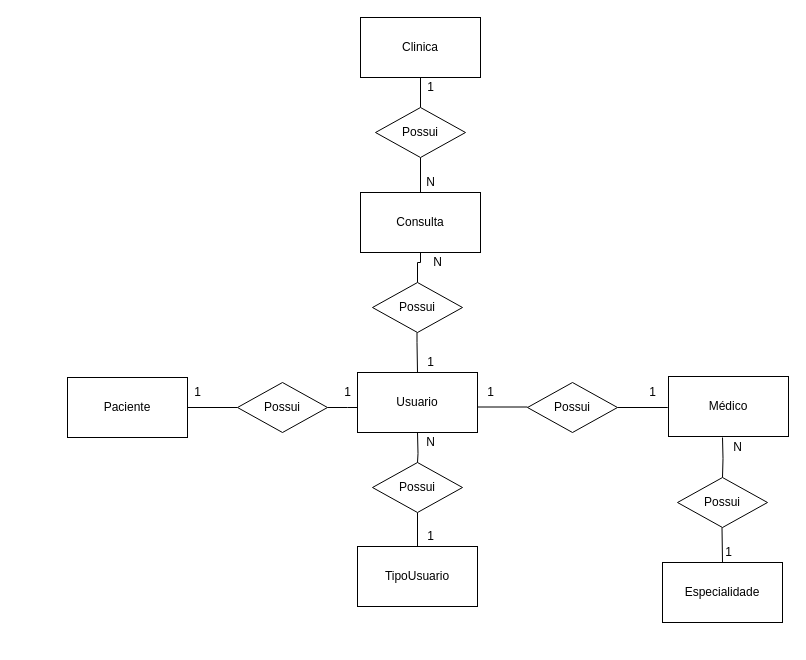
Before: page "conceitual" (1 of 2) of Project_spmedgruop/Modelagem_spmedgroup.drawio in Henrique-Santana/BancoDados-MER-SQL, a draw.io diagram. Source tidied: cells renumbered, new cells numbered last; positions are measured from the earlier drawing's top-left corner, leaving out a move shared by most shapes. Both pictures are drawn from the tidied source at 100%, with x=0, y=0 at pixel (67, 17).
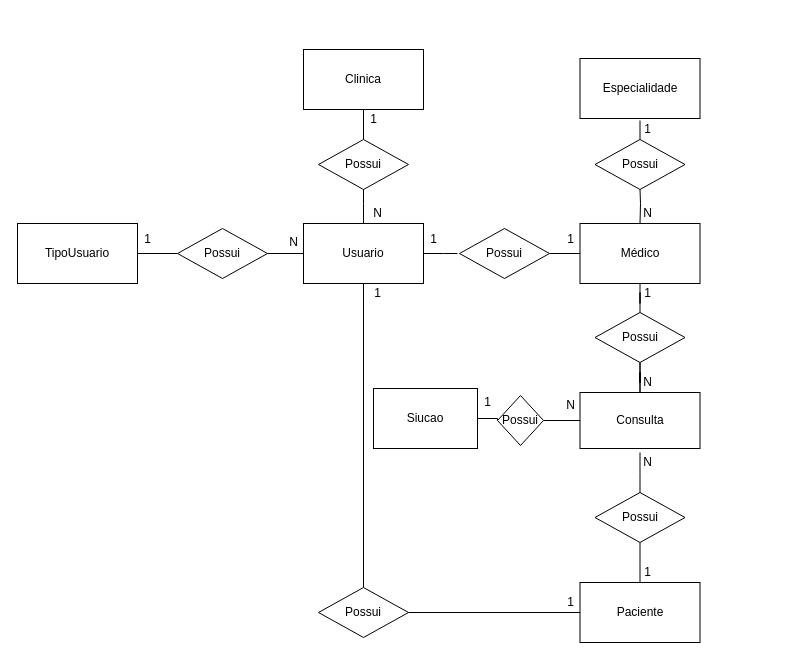
After the change.

The edit, as a diff of the source:
```diff
@@
     <mxCell id="3" value="Clinica" style="rounded=0;whiteSpace=wrap;html=1;" parent="1" vertex="1">
-      <mxGeometry x="293" width="120" height="60" as="geometry" />
+      <mxGeometry x="236" y="32" width="120" height="60" as="geometry" />
     </mxCell>
     <mxCell id="4" value="TipoUsuario" style="rounded=0;whiteSpace=wrap;html=1;" parent="1" vertex="1">
-      <mxGeometry x="290" y="529" width="120" height="60" as="geometry" />
+      <mxGeometry x="-50" y="206" width="120" height="60" as="geometry" />
     </mxCell>
+    <mxCell id="39" style="edgeStyle=orthogonalEdgeStyle;rounded=0;jettySize=auto;html=1;endArrow=none;endFill=0;" parent="1" edge="1" source="5">
+      <mxGeometry relative="1" as="geometry">
+        <mxPoint x="296" y="166" as="targetPoint" />
+      </mxGeometry>
+    </mxCell>
+    <mxCell id="40" style="edgeStyle=orthogonalEdgeStyle;rounded=0;jettySize=auto;html=1;endArrow=none;endFill=0;" parent="1" edge="1" source="5" target="49">
+      <mxGeometry relative="1" as="geometry" />
+    </mxCell>
+    <mxCell id="41" style="edgeStyle=orthogonalEdgeStyle;rounded=0;jettySize=auto;html=1;endArrow=none;endFill=0;" parent="1" edge="1" source="5">
+      <mxGeometry relative="1" as="geometry">
+        <mxPoint x="390" y="236" as="targetPoint" />
+      </mxGeometry>
+    </mxCell>
     <mxCell id="5" value="Usuario" style="rounded=0;whiteSpace=wrap;html=1;" parent="1" vertex="1">
-      <mxGeometry x="290" y="355" width="120" height="60" as="geometry" />
+      <mxGeometry x="236" y="206" width="120" height="60" as="geometry" />
     </mxCell>
-    <mxCell id="6" style="edgeStyle=orthogonalEdgeStyle;rounded=0;jettySize=auto;html=1;entryX=0;entryY=0.5;entryDx=0;entryDy=0;endArrow=none;endFill=0;" parent="1" edge="1" source="7" target="21">
-      <mxGeometry relative="1" as="geometry" />
-    </mxCell>
     <mxCell id="7" value="Paciente" style="rounded=0;whiteSpace=wrap;html=1;" parent="1" vertex="1">
-      <mxGeometry y="360" width="120" height="60" as="geometry" />
+      <mxGeometry x="512.5" y="565" width="120" height="60" as="geometry" />
     </mxCell>
-    <mxCell id="8" value="Médico" style="rounded=0;whiteSpace=wrap;html=1;" parent="1" vertex="1">
-      <mxGeometry x="601" y="359" width="120" height="60" as="geometry" />
-    </mxCell>
+    <mxCell id="42" style="edgeStyle=orthogonalEdgeStyle;rounded=0;jettySize=auto;html=1;endArrow=none;endFill=0;" parent="1" edge="1" target="25">
+      <mxGeometry relative="1" as="geometry">
+        <mxPoint x="572.5" y="206" as="sourcePoint" />
+      </mxGeometry>
+    </mxCell>
+    <mxCell id="43" style="edgeStyle=orthogonalEdgeStyle;rounded=0;jettySize=auto;html=1;endArrow=none;endFill=0;" parent="1" edge="1" source="9" target="19">
+      <mxGeometry relative="1" as="geometry" />
+    </mxCell>
-    <mxCell id="9" value="Especialidade" style="rounded=0;whiteSpace=wrap;html=1;" parent="1" vertex="1">
-      <mxGeometry x="595" y="545" width="120" height="60" as="geometry" />
+    <mxCell id="9" value="Consulta" style="rounded=0;whiteSpace=wrap;html=1;" parent="1" vertex="1">
+      <mxGeometry x="512.5" y="375" width="120" height="56" as="geometry" />
     </mxCell>
-    <mxCell id="10" style="edgeStyle=orthogonalEdgeStyle;rounded=0;jettySize=auto;html=1;entryX=0.5;entryY=1;entryDx=0;entryDy=0;endArrow=none;endFill=0;" parent="1" edge="1" source="11" target="23">
-      <mxGeometry relative="1" as="geometry" />
-    </mxCell>
-    <mxCell id="11" value="Consulta" style="rounded=0;whiteSpace=wrap;html=1;" parent="1" vertex="1">
-      <mxGeometry x="293" y="175" width="120" height="60" as="geometry" />
+    <mxCell id="11" value="Especialidade" style="rounded=0;whiteSpace=wrap;html=1;" parent="1" vertex="1">
+      <mxGeometry x="512.5" y="41" width="120" height="60" as="geometry" />
     </mxCell>
-    <mxCell id="12" style="edgeStyle=orthogonalEdgeStyle;rounded=0;jettySize=auto;html=1;entryX=1;entryY=0.5;entryDx=0;entryDy=0;endArrow=none;endFill=0;" parent="1" edge="1" target="13">
-      <mxGeometry relative="1" as="geometry">
-        <mxPoint x="590" y="390" as="sourcePoint" />
-        <Array as="points">
-          <mxPoint x="600" y="390" />
-          <mxPoint x="600" y="390" />
-        </Array>
-      </mxGeometry>
-    </mxCell>
+    <mxCell id="44" style="edgeStyle=orthogonalEdgeStyle;rounded=0;jettySize=auto;html=1;entryX=0;entryY=0.5;entryDx=0;entryDy=0;endArrow=none;endFill=0;" parent="1" edge="1" source="13" target="8">
+      <mxGeometry relative="1" as="geometry" />
+    </mxCell>
     <mxCell id="13" value="Possui" style="rhombus;whiteSpace=wrap;html=1;" parent="1" vertex="1">
-      <mxGeometry x="460" y="365" width="90" height="50" as="geometry" />
+      <mxGeometry x="392" y="211" width="90" height="50" as="geometry" />
     </mxCell>
-    <mxCell id="14" style="edgeStyle=orthogonalEdgeStyle;rounded=0;orthogonalLoop=1;jettySize=auto;html=1;endArrow=none;endFill=0;" parent="1" edge="1">
-      <mxGeometry relative="1" as="geometry">
-        <mxPoint x="410" y="389.5" as="sourcePoint" />
-        <mxPoint x="460" y="389.5" as="targetPoint" />
-      </mxGeometry>
-    </mxCell>
-    <mxCell id="15" style="edgeStyle=orthogonalEdgeStyle;rounded=0;jettySize=auto;html=1;entryX=0.5;entryY=0;entryDx=0;entryDy=0;endArrow=none;endFill=0;" parent="1" edge="1" source="16" target="4">
+    <mxCell id="15" style="edgeStyle=orthogonalEdgeStyle;rounded=0;jettySize=auto;html=1;entryX=1;entryY=0.5;entryDx=0;entryDy=0;endArrow=none;endFill=0;" parent="1" edge="1" source="16" target="4">
       <mxGeometry relative="1" as="geometry" />
     </mxCell>
+    <mxCell id="45" style="edgeStyle=orthogonalEdgeStyle;rounded=0;jettySize=auto;html=1;entryX=0;entryY=0.5;entryDx=0;entryDy=0;endArrow=none;endFill=0;" parent="1" edge="1" source="16" target="5">
+      <mxGeometry relative="1" as="geometry" />
+    </mxCell>
     <mxCell id="16" value="Possui" style="rhombus;whiteSpace=wrap;html=1;" parent="1" vertex="1">
-      <mxGeometry x="305" y="445" width="90" height="50" as="geometry" />
+      <mxGeometry x="110" y="211" width="90" height="50" as="geometry" />
     </mxCell>
-    <mxCell id="17" style="edgeStyle=orthogonalEdgeStyle;rounded=0;jettySize=auto;html=1;endArrow=none;endFill=0;exitX=0.5;exitY=1;exitDx=0;exitDy=0;" parent="1" edge="1" target="16">
-      <mxGeometry relative="1" as="geometry">
-        <mxPoint x="350" y="415" as="sourcePoint" />
-      </mxGeometry>
-    </mxCell>
-    <mxCell id="18" style="edgeStyle=orthogonalEdgeStyle;rounded=0;jettySize=auto;html=1;endArrow=none;endFill=0;" parent="1" edge="1" source="19" target="11">
-      <mxGeometry relative="1" as="geometry" />
-    </mxCell>
+    <mxCell id="46" style="edgeStyle=orthogonalEdgeStyle;rounded=0;jettySize=auto;html=1;entryX=0.5;entryY=1;entryDx=0;entryDy=0;endArrow=none;endFill=0;" parent="1" edge="1" source="19" target="8">
+      <mxGeometry relative="1" as="geometry" />
+    </mxCell>
+    <mxCell id="47" style="edgeStyle=orthogonalEdgeStyle;rounded=0;jettySize=auto;html=1;endArrow=none;endFill=0;" parent="1" edge="1" source="19" target="9">
+      <mxGeometry relative="1" as="geometry" />
+    </mxCell>
     <mxCell id="19" value="Possui" style="rhombus;whiteSpace=wrap;html=1;" parent="1" vertex="1">
-      <mxGeometry x="305" y="265" width="90" height="50" as="geometry" />
+      <mxGeometry x="527.5" y="295" width="90" height="50" as="geometry" />
     </mxCell>
-    <mxCell id="20" style="edgeStyle=orthogonalEdgeStyle;rounded=0;jettySize=auto;html=1;endArrow=none;endFill=0;" parent="1" edge="1" source="21">
-      <mxGeometry relative="1" as="geometry">
-        <mxPoint x="290" y="390" as="targetPoint" />
-      </mxGeometry>
-    </mxCell>
-    <mxCell id="21" value="Possui" style="rhombus;whiteSpace=wrap;html=1;" parent="1" vertex="1">
-      <mxGeometry x="170" y="365" width="90" height="50" as="geometry" />
-    </mxCell>
-    <mxCell id="22" style="edgeStyle=orthogonalEdgeStyle;rounded=0;orthogonalLoop=1;jettySize=auto;html=1;endArrow=none;endFill=0;" parent="1" edge="1">
-      <mxGeometry relative="1" as="geometry">
-        <mxPoint x="349.5" y="315" as="sourcePoint" />
-        <mxPoint x="350" y="355" as="targetPoint" />
-        <Array as="points">
-          <mxPoint x="350" y="325" />
-          <mxPoint x="350" y="325" />
-        </Array>
-      </mxGeometry>
-    </mxCell>
+    <mxCell id="48" style="edgeStyle=orthogonalEdgeStyle;rounded=0;jettySize=auto;html=1;entryX=0;entryY=0.5;entryDx=0;entryDy=0;endArrow=none;endFill=0;" parent="1" edge="1" source="49" target="7">
+      <mxGeometry relative="1" as="geometry" />
+    </mxCell>
+    <mxCell id="49" value="Possui" style="rhombus;whiteSpace=wrap;html=1;" parent="1" vertex="1">
+      <mxGeometry x="251" y="570" width="90" height="50" as="geometry" />
+    </mxCell>
     <mxCell id="23" value="Possui" style="rhombus;whiteSpace=wrap;html=1;" parent="1" vertex="1">
-      <mxGeometry x="308" y="90" width="90" height="50" as="geometry" />
+      <mxGeometry x="251" y="122" width="90" height="50" as="geometry" />
     </mxCell>
     <mxCell id="24" style="edgeStyle=orthogonalEdgeStyle;rounded=0;jettySize=auto;html=1;entryX=0.5;entryY=0;entryDx=0;entryDy=0;endArrow=none;endFill=0;" parent="1" edge="1" target="25">
       <mxGeometry relative="1" as="geometry">
-        <mxPoint x="655" y="420" as="sourcePoint" />
+        <mxPoint x="572.5" y="103" as="sourcePoint" />
       </mxGeometry>
     </mxCell>
     <mxCell id="25" value="Possui" style="rhombus;whiteSpace=wrap;html=1;" parent="1" vertex="1">
-      <mxGeometry x="610" y="460" width="90" height="50" as="geometry" />
+      <mxGeometry x="527.5" y="122" width="90" height="50" as="geometry" />
     </mxCell>
-    <mxCell id="26" style="edgeStyle=orthogonalEdgeStyle;rounded=0;orthogonalLoop=1;jettySize=auto;html=1;endArrow=none;endFill=0;" parent="1" edge="1">
-      <mxGeometry relative="1" as="geometry">
-        <mxPoint x="654.5" y="510" as="sourcePoint" />
-        <mxPoint x="655" y="545" as="targetPoint" />
-      </mxGeometry>
-    </mxCell>
     <mxCell id="27" value="1" style="text;html=1;align=center;verticalAlign=middle;" parent="1" vertex="1">
-      <mxGeometry x="353" y="60" width="20" height="20" as="geometry" />
+      <mxGeometry x="296" y="92" width="20" height="20" as="geometry" />
     </mxCell>
-    <mxCell id="28" value="N" style="text;html=1;align=center;verticalAlign=middle;" parent="1" vertex="1">
-      <mxGeometry x="353" y="155" width="20" height="20" as="geometry" />
-    </mxCell>
-    <mxCell id="29" value="N" style="text;html=1;align=center;verticalAlign=middle;" parent="1" vertex="1">
-      <mxGeometry x="360" y="235" width="20" height="20" as="geometry" />
-    </mxCell>
-    <mxCell id="30" value="1" style="text;html=1;align=center;verticalAlign=middle;" parent="1" vertex="1">
-      <mxGeometry x="353" y="335" width="20" height="20" as="geometry" />
-    </mxCell>
-    <mxCell id="31" value="1" style="text;html=1;align=center;verticalAlign=middle;" parent="1" vertex="1">
-      <mxGeometry x="413" y="365" width="20" height="20" as="geometry" />
-    </mxCell>
-    <mxCell id="32" value="1" style="text;html=1;align=center;verticalAlign=middle;" parent="1" vertex="1">
-      <mxGeometry x="575" y="365" width="20" height="20" as="geometry" />
-    </mxCell>
-    <mxCell id="33" value="1" style="text;html=1;align=center;verticalAlign=middle;" parent="1" vertex="1">
-      <mxGeometry x="270" y="365" width="20" height="20" as="geometry" />
-    </mxCell>
-    <mxCell id="34" value="1" style="text;html=1;align=center;verticalAlign=middle;" parent="1" vertex="1">
-      <mxGeometry x="120" y="365" width="20" height="20" as="geometry" />
-    </mxCell>
-    <mxCell id="35" value="1" style="text;html=1;align=center;verticalAlign=middle;" parent="1" vertex="1">
-      <mxGeometry x="353" y="509" width="20" height="20" as="geometry" />
-    </mxCell>
-    <mxCell id="36" value="N" style="text;html=1;align=center;verticalAlign=middle;" parent="1" vertex="1">
-      <mxGeometry x="353" y="415" width="20" height="20" as="geometry" />
-    </mxCell>
-    <mxCell id="37" value="1" style="text;html=1;align=center;verticalAlign=middle;" parent="1" vertex="1">
-      <mxGeometry x="651" y="525" width="20" height="20" as="geometry" />
-    </mxCell>
-    <mxCell id="38" value="N" style="text;html=1;align=center;verticalAlign=middle;" parent="1" vertex="1">
-      <mxGeometry x="660" y="420" width="20" height="20" as="geometry" />
-    </mxCell>
+    <mxCell id="50" value="1" style="text;html=1;align=center;verticalAlign=middle;" parent="1" vertex="1">
+      <mxGeometry x="356" y="212" width="20" height="20" as="geometry" />
+    </mxCell>
+    <mxCell id="8" value="Médico" style="rounded=0;whiteSpace=wrap;html=1;" parent="1" vertex="1">
+      <mxGeometry x="512.5" y="206" width="120" height="60" as="geometry" />
+    </mxCell>
+    <mxCell id="51" style="edgeStyle=orthogonalEdgeStyle;rounded=0;jettySize=auto;html=1;entryX=0.5;entryY=0;entryDx=0;entryDy=0;endArrow=none;endFill=0;" parent="1" edge="1" source="53" target="7">
+      <mxGeometry relative="1" as="geometry" />
+    </mxCell>
+    <mxCell id="52" style="edgeStyle=orthogonalEdgeStyle;rounded=0;jettySize=auto;html=1;endArrow=none;endFill=0;" parent="1" edge="1" source="53">
+      <mxGeometry relative="1" as="geometry">
+        <mxPoint x="572.5" y="435" as="targetPoint" />
+      </mxGeometry>
+    </mxCell>
+    <mxCell id="53" value="Possui" style="rhombus;whiteSpace=wrap;html=1;" parent="1" vertex="1">
+      <mxGeometry x="527.5" y="475" width="90" height="50" as="geometry" />
+    </mxCell>
+    <mxCell id="54" value="N" style="text;html=1;align=center;verticalAlign=middle;" parent="1" vertex="1">
+      <mxGeometry x="300" y="186" width="20" height="20" as="geometry" />
+    </mxCell>
+    <mxCell id="55" value="1" style="text;html=1;align=center;verticalAlign=middle;" parent="1" vertex="1">
+      <mxGeometry x="492.5" y="212" width="20" height="20" as="geometry" />
+    </mxCell>
+    <mxCell id="56" value="1" style="text;html=1;align=center;verticalAlign=middle;" parent="1" vertex="1">
+      <mxGeometry x="70" y="212" width="20" height="20" as="geometry" />
+    </mxCell>
+    <mxCell id="57" value="N" style="text;html=1;align=center;verticalAlign=middle;" parent="1" vertex="1">
+      <mxGeometry x="216" y="215" width="20" height="20" as="geometry" />
+    </mxCell>
+    <mxCell id="58" value="1" style="text;html=1;align=center;verticalAlign=middle;" parent="1" vertex="1">
+      <mxGeometry x="570" y="102" width="20" height="20" as="geometry" />
+    </mxCell>
+    <mxCell id="59" value="N" style="text;html=1;align=center;verticalAlign=middle;" parent="1" vertex="1">
+      <mxGeometry x="570" y="186" width="20" height="20" as="geometry" />
+    </mxCell>
+    <mxCell id="60" value="1" style="text;html=1;align=center;verticalAlign=middle;" parent="1" vertex="1">
+      <mxGeometry x="570" y="266" width="20" height="20" as="geometry" />
+    </mxCell>
+    <mxCell id="61" value="N" style="text;html=1;align=center;verticalAlign=middle;" parent="1" vertex="1">
+      <mxGeometry x="570" y="355" width="20" height="20" as="geometry" />
+    </mxCell>
+    <mxCell id="62" value="N" style="text;html=1;align=center;verticalAlign=middle;" parent="1" vertex="1">
+      <mxGeometry x="570" y="435" width="20" height="20" as="geometry" />
+    </mxCell>
+    <mxCell id="63" value="1" style="text;html=1;align=center;verticalAlign=middle;" parent="1" vertex="1">
+      <mxGeometry x="570" y="545" width="20" height="20" as="geometry" />
+    </mxCell>
+    <mxCell id="64" value="1" style="text;html=1;align=center;verticalAlign=middle;" parent="1" vertex="1">
+      <mxGeometry x="492.5" y="575" width="20" height="20" as="geometry" />
+    </mxCell>
+    <mxCell id="65" value="1" style="text;html=1;align=center;verticalAlign=middle;" parent="1" vertex="1">
+      <mxGeometry x="300" y="266" width="20" height="20" as="geometry" />
+    </mxCell>
+    <mxCell id="66" style="edgeStyle=orthogonalEdgeStyle;rounded=0;jettySize=auto;html=1;endArrow=none;endFill=0;" parent="1" edge="1" source="67" target="69">
+      <mxGeometry relative="1" as="geometry" />
+    </mxCell>
+    <mxCell id="67" value="Siucao" style="rounded=0;whiteSpace=wrap;html=1;" parent="1" vertex="1">
+      <mxGeometry x="306" y="371" width="104" height="60" as="geometry" />
+    </mxCell>
+    <mxCell id="68" style="edgeStyle=orthogonalEdgeStyle;rounded=0;jettySize=auto;html=1;endArrow=none;endFill=0;" parent="1" edge="1" source="69" target="9">
+      <mxGeometry relative="1" as="geometry" />
+    </mxCell>
+    <mxCell id="69" value="Possui" style="rhombus;whiteSpace=wrap;html=1;" parent="1" vertex="1">
+      <mxGeometry x="430" y="378" width="46" height="50" as="geometry" />
+    </mxCell>
+    <mxCell id="70" value="1" style="text;html=1;align=center;verticalAlign=middle;" parent="1" vertex="1">
+      <mxGeometry x="410" y="375" width="20" height="20" as="geometry" />
+    </mxCell>
+    <mxCell id="71" value="N" style="text;html=1;align=center;verticalAlign=middle;" parent="1" vertex="1">
+      <mxGeometry x="492.5" y="378" width="20" height="20" as="geometry" />
+    </mxCell>
```
